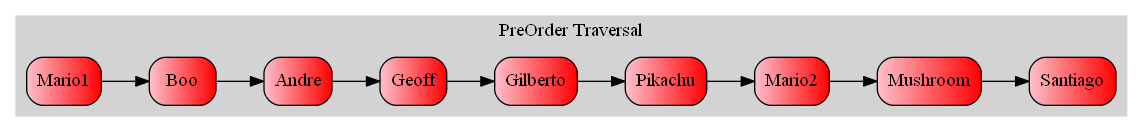
Tiago-130414/EDD_2S2019_PY1_201313722 keeps this Graphviz diagram as arbolPre.png. Above is the earlier version. Its source is kept beside it as arbolPre.dot. Source of this version:
```dot
digraph arbol
{
	rankdir=LR;
	ordering=out;	graph [splines=compound,nodesep=0.5];
	subgraph cluster_0{
	style=filled;
	color=lightgrey;
	labelloc=t;
	node [shape = rectangle, style="rounded,filled", fillcolor="pink:red",width=0.7,height=0.5];

	NodoMario1[label="Mario1"];
	NodoBoo[label="Boo"];
	NodoAndre[label="Andre"];
	NodoGeoff[label="Geoff"];
	NodoGilberto[label="Gilberto"];
	NodoPikachu[label="Pikachu"];
	NodoMario2[label="Mario2"];
	NodoMushroom[label="Mushroom"];
	NodoSantiago[label="Santiago"];


	NodoMario1->NodoBoo->NodoAndre->NodoGeoff->NodoGilberto->NodoPikachu->NodoMario2->NodoMushroom->NodoSantiago;

	label="PreOrder Traversal";
	}
}
```
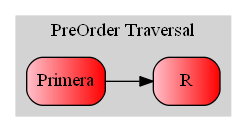
After the change.

What changed in the source:
```diff
@@ -8,18 +8,11 @@
 	labelloc=t;
 	node [shape = rectangle, style="rounded,filled", fillcolor="pink:red",width=0.7,height=0.5];
 
-	NodoMario1[label="Mario1"];
-	NodoBoo[label="Boo"];
-	NodoAndre[label="Andre"];
-	NodoGeoff[label="Geoff"];
-	NodoGilberto[label="Gilberto"];
-	NodoPikachu[label="Pikachu"];
-	NodoMario2[label="Mario2"];
-	NodoMushroom[label="Mushroom"];
-	NodoSantiago[label="Santiago"];
+	NodoPrimera[label="Primera"];
+	NodoR[label="R"];
 
 
-	NodoMario1->NodoBoo->NodoAndre->NodoGeoff->NodoGilberto->NodoPikachu->NodoMario2->NodoMushroom->NodoSantiago;
+	NodoPrimera->NodoR;
 
 	label="PreOrder Traversal";
 	}
```
